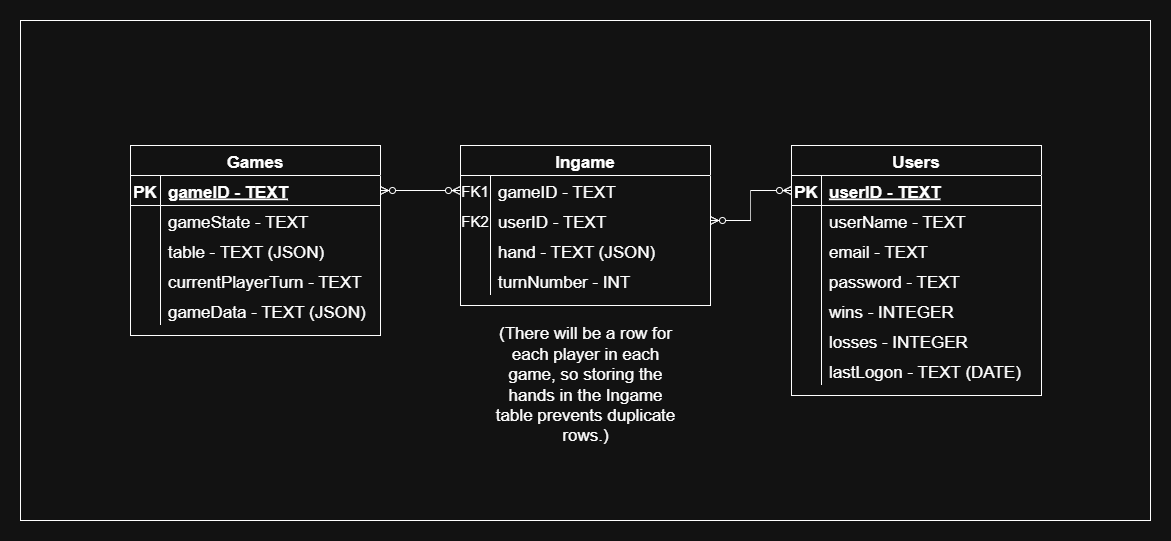
Before: ER_Diagram_Preliminary.png, a diagram exported from draw.io (wiz-rd/Rummikub). Source tidied: cells renumbered, new cells last; positions are measured from the earlier drawing's top-left corner, leaving out a move shared by most shapes.
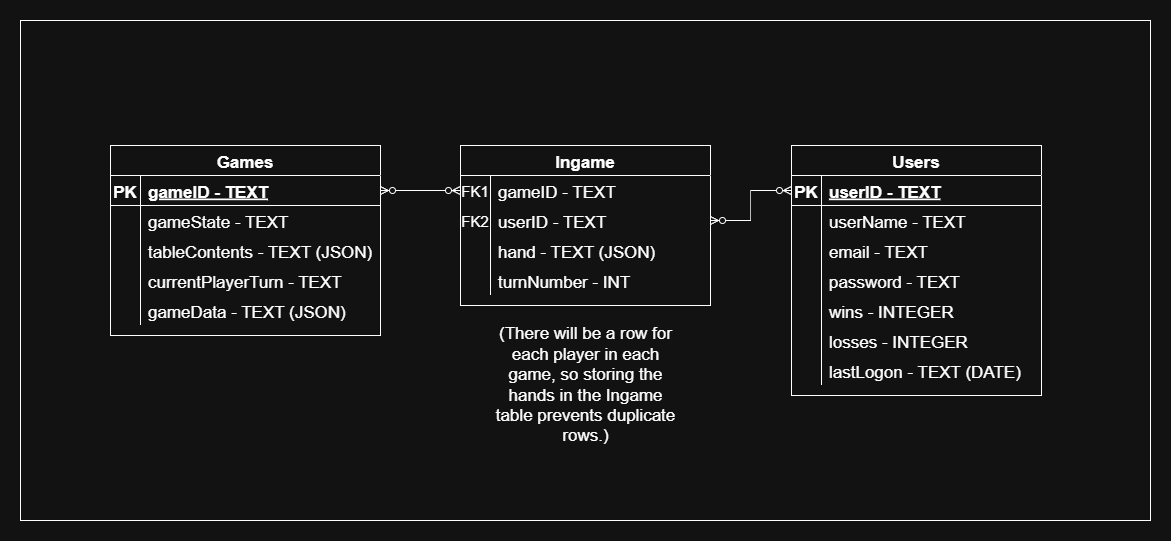
After the change.

Commit message:
Cleaned up some imports and updated diagram

What changed in the source:
```diff
@@ -114,52 +114,52 @@
       <mxGeometry x="30" width="220" height="30" as="geometry" />
     </mxCell>
     <mxCell id="39" value="Games" style="shape=table;startSize=30;rowLines=0;fontStyle=1;align=center;fontSize=17;" parent="1" vertex="1">
-      <mxGeometry x="110" y="125" width="250" height="190" as="geometry" />
+      <mxGeometry x="90" y="125" width="270" height="190" as="geometry" />
     </mxCell>
     <mxCell id="40" style="shape=partialRectangle;fillColor=none;points=[[0,0.5],[1,0.5]];portConstraint=eastwest;top=0;left=0;right=0;bottom=1;fontSize=17;" parent="39" vertex="1">
-      <mxGeometry y="30" width="250" height="30" as="geometry" />
+      <mxGeometry y="30" width="270" height="30" as="geometry" />
     </mxCell>
     <mxCell id="41" value="PK" style="shape=partialRectangle;overflow=hidden;fillColor=none;top=0;left=0;bottom=0;right=0;fontStyle=1;fontSize=17;" parent="40" vertex="1">
       <mxGeometry width="30" height="30" as="geometry" />
     </mxCell>
     <mxCell id="42" value="gameID - TEXT" style="shape=partialRectangle;overflow=hidden;fillColor=none;top=0;left=0;bottom=0;right=0;align=left;spacingLeft=6;fontStyle=5;fontSize=17;" parent="40" vertex="1">
-      <mxGeometry x="30" width="220" height="30" as="geometry" />
+      <mxGeometry x="30" width="240" height="30" as="geometry" />
     </mxCell>
     <mxCell id="43" style="shape=partialRectangle;fillColor=none;top=0;left=0;right=0;bottom=0;fontSize=17;" parent="39" vertex="1">
-      <mxGeometry y="60" width="250" height="30" as="geometry" />
+      <mxGeometry y="60" width="270" height="30" as="geometry" />
     </mxCell>
     <mxCell id="44" style="shape=partialRectangle;overflow=hidden;fillColor=none;top=0;left=0;bottom=0;right=0;fontSize=17;" parent="43" vertex="1">
       <mxGeometry width="30" height="30" as="geometry" />
     </mxCell>
     <mxCell id="45" value="gameState - TEXT" style="shape=partialRectangle;overflow=hidden;fillColor=none;top=0;left=0;bottom=0;right=0;align=left;spacingLeft=6;fontSize=17;" parent="43" vertex="1">
-      <mxGeometry x="30" width="220" height="30" as="geometry" />
+      <mxGeometry x="30" width="240" height="30" as="geometry" />
     </mxCell>
     <mxCell id="46" style="shape=partialRectangle;fillColor=none;top=0;left=0;right=0;bottom=0;fontSize=17;" parent="39" vertex="1">
-      <mxGeometry y="90" width="250" height="30" as="geometry" />
+      <mxGeometry y="90" width="270" height="30" as="geometry" />
     </mxCell>
     <mxCell id="47" style="shape=partialRectangle;overflow=hidden;fillColor=none;top=0;left=0;bottom=0;right=0;fontSize=17;" parent="46" vertex="1">
       <mxGeometry width="30" height="30" as="geometry" />
     </mxCell>
-    <mxCell id="48" value="table - TEXT (JSON)" style="shape=partialRectangle;overflow=hidden;fillColor=none;top=0;left=0;bottom=0;right=0;align=left;spacingLeft=6;fontSize=17;" parent="46" vertex="1">
-      <mxGeometry x="30" width="220" height="30" as="geometry" />
+    <mxCell id="48" value="tableContents - TEXT (JSON)" style="shape=partialRectangle;overflow=hidden;fillColor=none;top=0;left=0;bottom=0;right=0;align=left;spacingLeft=6;fontSize=17;" parent="46" vertex="1">
+      <mxGeometry x="30" width="240" height="30" as="geometry" />
     </mxCell>
     <mxCell id="49" style="shape=partialRectangle;fillColor=none;top=0;left=0;right=0;bottom=0;fontSize=17;" parent="39" vertex="1">
-      <mxGeometry y="120" width="250" height="30" as="geometry" />
+      <mxGeometry y="120" width="270" height="30" as="geometry" />
     </mxCell>
     <mxCell id="50" style="shape=partialRectangle;overflow=hidden;fillColor=none;top=0;left=0;bottom=0;right=0;fontSize=17;" parent="49" vertex="1">
       <mxGeometry width="30" height="30" as="geometry" />
     </mxCell>
     <mxCell id="51" value="currentPlayerTurn - TEXT" style="shape=partialRectangle;overflow=hidden;fillColor=none;top=0;left=0;bottom=0;right=0;align=left;spacingLeft=6;fontSize=17;" parent="49" vertex="1">
-      <mxGeometry x="30" width="220" height="30" as="geometry" />
+      <mxGeometry x="30" width="240" height="30" as="geometry" />
     </mxCell>
     <mxCell id="52" style="shape=partialRectangle;fillColor=none;top=0;left=0;right=0;bottom=0;fontSize=17;" parent="39" vertex="1">
-      <mxGeometry y="150" width="250" height="30" as="geometry" />
+      <mxGeometry y="150" width="270" height="30" as="geometry" />
     </mxCell>
     <mxCell id="53" style="shape=partialRectangle;overflow=hidden;fillColor=none;top=0;left=0;bottom=0;right=0;fontSize=17;" parent="52" vertex="1">
       <mxGeometry width="30" height="30" as="geometry" />
     </mxCell>
     <mxCell id="54" value="gameData - TEXT (JSON)" style="shape=partialRectangle;overflow=hidden;fillColor=none;top=0;left=0;bottom=0;right=0;align=left;spacingLeft=6;fontSize=17;" parent="52" vertex="1">
-      <mxGeometry x="30" width="220" height="30" as="geometry" />
+      <mxGeometry x="30" width="240" height="30" as="geometry" />
     </mxCell>
     <mxCell id="55" style="edgeStyle=orthogonalEdgeStyle;rounded=0;jettySize=auto;html=1;exitX=0;exitY=0.5;exitDx=0;exitDy=0;startArrow=ERzeroToMany;startFill=0;endArrow=ERzeroToMany;endFill=0;fontSize=17;" parent="1" edge="1" source="18" target="8">
       <mxGeometry relative="1" as="geometry" />
```
